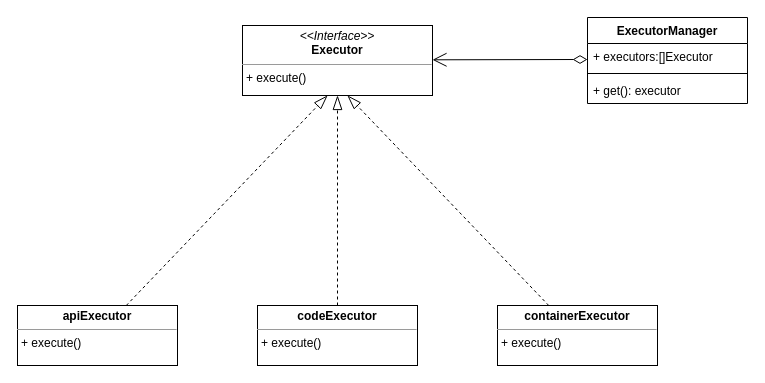
The draw.io diagram 执行模块类图.drawio in tianshengdiwangK/common, before the edit. Source tidied: cells renumbered, new cells numbered last; positions are measured from the earlier drawing's top-left corner, leaving out a move shared by most shapes. Both pictures are drawn from the tidied source at 100%, with x=0, y=0 at pixel (17, 17).
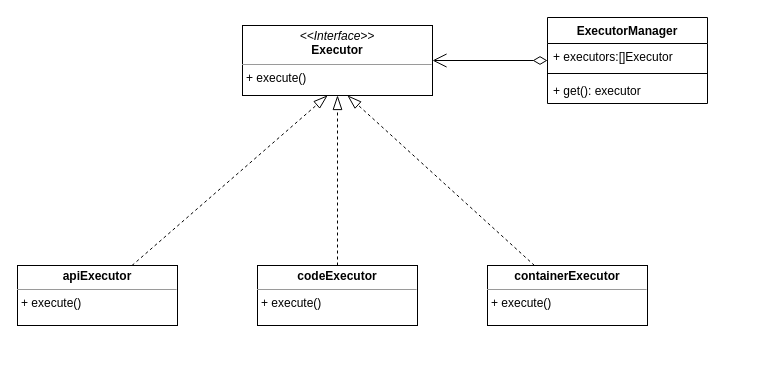
The same page after the edit.

Commit message:
更新执行模块类图.drawio

Diff of the diagram source:
```diff
@@
 <mxGraphModel>
   <root>
     <mxCell id="0" />
     <mxCell id="1" parent="0" />
     <mxCell id="2" style="rounded=0;jettySize=auto;html=1;dashed=1;endArrow=blockThin;endFill=0;endSize=12;" parent="1" edge="1" source="3">
       <mxGeometry relative="1" as="geometry">
         <mxPoint x="310" y="78" as="targetPoint" />
       </mxGeometry>
     </mxCell>
     <mxCell id="3" value="&lt;p style=&quot;margin:0px;margin-top:4px;text-align:center;&quot;&gt;&lt;b&gt;apiExecutor&lt;/b&gt;&lt;/p&gt;&lt;hr size=&quot;1&quot;&gt;&lt;p style=&quot;margin:0px;margin-left:4px;&quot;&gt;+ execute()&lt;/p&gt;" style="verticalAlign=top;align=left;overflow=fill;fontSize=12;fontFamily=Helvetica;html=1;whiteSpace=wrap;" parent="1" vertex="1">
-      <mxGeometry y="288" width="160" height="60" as="geometry" />
+      <mxGeometry y="248" width="160" height="60" as="geometry" />
     </mxCell>
     <mxCell id="4" style="edgeStyle=orthogonalEdgeStyle;rounded=0;jettySize=auto;html=1;dashed=1;endArrow=blockThin;endFill=0;endSize=12;" parent="1" edge="1" source="5">
       <mxGeometry relative="1" as="geometry">
         <mxPoint x="320" y="78" as="targetPoint" />
       </mxGeometry>
     </mxCell>
     <mxCell id="5" value="&lt;p style=&quot;margin:0px;margin-top:4px;text-align:center;&quot;&gt;&lt;b&gt;codeExecutor&lt;/b&gt;&lt;/p&gt;&lt;hr size=&quot;1&quot;&gt;&lt;p style=&quot;margin:0px;margin-left:4px;&quot;&gt;+ execute()&lt;/p&gt;" style="verticalAlign=top;align=left;overflow=fill;fontSize=12;fontFamily=Helvetica;html=1;whiteSpace=wrap;" parent="1" vertex="1">
-      <mxGeometry x="240" y="288" width="160" height="60" as="geometry" />
+      <mxGeometry x="240" y="248" width="160" height="60" as="geometry" />
     </mxCell>
     <mxCell id="6" value="&lt;p style=&quot;margin:0px;margin-top:4px;text-align:center;&quot;&gt;&lt;i&gt;&amp;lt;&amp;lt;Interface&amp;gt;&amp;gt;&lt;/i&gt;&lt;br&gt;&lt;b&gt;Executor&lt;/b&gt;&lt;/p&gt;&lt;hr size=&quot;1&quot;&gt;&lt;p style=&quot;margin:0px;margin-left:4px;&quot;&gt;+ execute()&lt;br&gt;&lt;/p&gt;" style="verticalAlign=top;align=left;overflow=fill;fontSize=12;fontFamily=Helvetica;html=1;whiteSpace=wrap;" parent="1" vertex="1">
       <mxGeometry x="225" y="8" width="190" height="70" as="geometry" />
     </mxCell>
     <mxCell id="7" style="rounded=0;jettySize=auto;html=1;endSize=12;endArrow=blockThin;endFill=0;dashed=1;" parent="1" edge="1" source="8">
       <mxGeometry relative="1" as="geometry">
         <mxPoint x="330" y="78" as="targetPoint" />
       </mxGeometry>
     </mxCell>
     <mxCell id="8" value="&lt;p style=&quot;margin:0px;margin-top:4px;text-align:center;&quot;&gt;&lt;b&gt;containerExecutor&lt;/b&gt;&lt;/p&gt;&lt;hr size=&quot;1&quot;&gt;&lt;p style=&quot;margin:0px;margin-left:4px;&quot;&gt;+ execute()&lt;/p&gt;" style="verticalAlign=top;align=left;overflow=fill;fontSize=12;fontFamily=Helvetica;html=1;whiteSpace=wrap;" parent="1" vertex="1">
-      <mxGeometry x="480" y="288" width="160" height="60" as="geometry" />
+      <mxGeometry x="470" y="248" width="160" height="60" as="geometry" />
     </mxCell>
+    <mxCell id="14" style="edgeStyle=orthogonalEdgeStyle;rounded=0;jettySize=auto;html=1;endArrow=open;endFill=0;startArrow=diamondThin;startFill=0;startSize=12;endSize=12;" parent="1" edge="1" source="9" target="6">
+      <mxGeometry relative="1" as="geometry" />
+    </mxCell>
     <mxCell id="9" value="ExecutorManager" style="swimlane;fontStyle=1;align=center;verticalAlign=top;horizontal=1;startSize=26;whiteSpace=wrap;html=1;" parent="1" vertex="1">
-      <mxGeometry x="570" width="160" height="86" as="geometry" />
+      <mxGeometry x="530" width="160" height="86" as="geometry" />
     </mxCell>
     <mxCell id="10" value="+ executors:[]Executor" style="text;strokeColor=none;fillColor=none;align=left;verticalAlign=top;spacingLeft=4;spacingRight=4;overflow=hidden;whiteSpace=wrap;html=1;" parent="9" vertex="1">
       <mxGeometry y="26" width="160" height="26" as="geometry" />
     </mxCell>
     <mxCell id="11" style="line;strokeWidth=1;fillColor=none;align=left;verticalAlign=middle;spacingTop=-1;spacingLeft=3;spacingRight=3;labelPosition=right;strokeColor=inherit;" parent="9" vertex="1">
       <mxGeometry y="52" width="160" height="8" as="geometry" />
     </mxCell>
     <mxCell id="12" value="+ get(): executor" style="text;strokeColor=none;fillColor=none;align=left;verticalAlign=top;spacingLeft=4;spacingRight=4;overflow=hidden;whiteSpace=wrap;html=1;" parent="9" vertex="1">
       <mxGeometry y="60" width="160" height="26" as="geometry" />
     </mxCell>
-    <mxCell id="13" style="endArrow=diamondThin;startArrow=open;endFill=0;startFill=0;html=1;rounded=0;endSize=12;startSize=12;" parent="1" edge="1">
-      <mxGeometry relative="1" as="geometry">
-        <mxPoint x="415" y="42.3" as="sourcePoint" />
-        <mxPoint x="570" y="42" as="targetPoint" />
-      </mxGeometry>
-    </mxCell>
   </root>
 </mxGraphModel>
```
